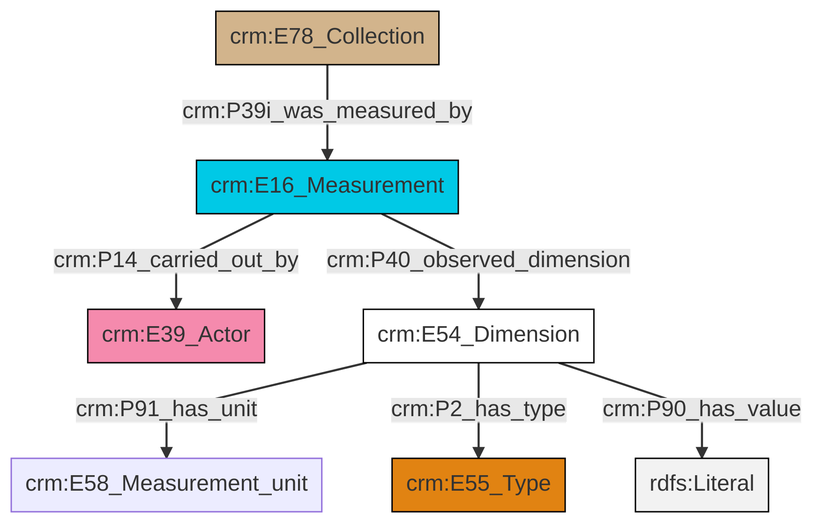
This is et/archivalCSV/ttl/mmd/png/archival_substance.png from swiss-art-research-net/docs.swissartresearch, a Mermaid export, as it was before one commit. Its source is kept beside it as et/archivalCSV/ttl/mmd/archival_substance.ttl.mmd.
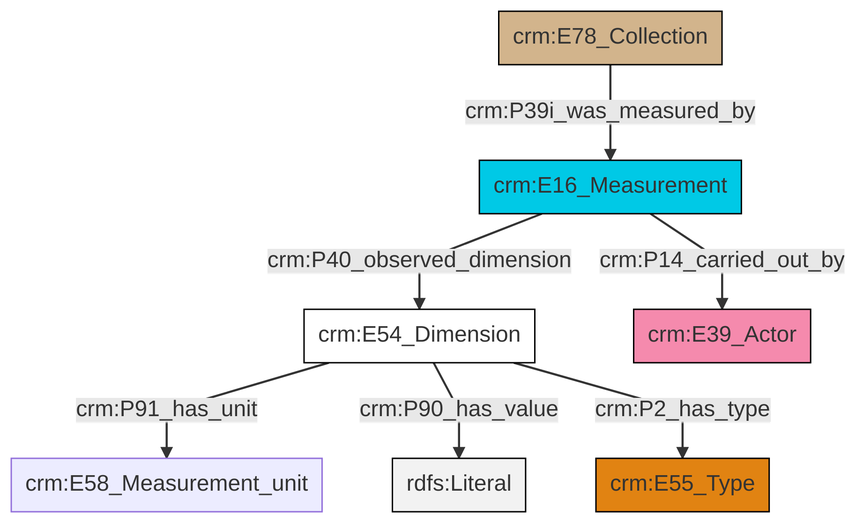
The same diagram one commit later.

Change to the diagram source:
```diff
@@ -13,9 +13,9 @@
 classDef PC_Classes fill:#4ce600, stroke:#000000;
 classDef Multi fill:#cccccc,stroke:#000000;
 
-2["crm:E16_Measurement"]:::Temporal_Entity -->|crm:P14_carried_out_by| 4["crm:E39_Actor"]:::Actor
-5["crm:E54_Dimension"]:::CRM_Entity -->|crm:P91_has_unit| 6["crm:E58_Measurement_unit"]:::Default
-0["crm:E78_Collection"]:::Physical_Thing -->|crm:P39i_was_measured_by| 2["crm:E16_Measurement"]:::Temporal_Entity
-5["crm:E54_Dimension"]:::CRM_Entity -->|crm:P2_has_type| 9["crm:E55_Type"]:::Type
-5["crm:E54_Dimension"]:::CRM_Entity -->|crm:P90_has_value| 11[rdfs:Literal]:::Literal
-2["crm:E16_Measurement"]:::Temporal_Entity -->|crm:P40_observed_dimension| 5["crm:E54_Dimension"]:::CRM_Entity
+0["crm:E78_Collection"]:::Physical_Thing -->|crm:P39i_was_measured_by| 1["crm:E16_Measurement"]:::Temporal_Entity
+2["crm:E54_Dimension"]:::CRM_Entity -->|crm:P91_has_unit| 3["crm:E58_Measurement_unit"]:::Default
+1["crm:E16_Measurement"]:::Temporal_Entity -->|crm:P40_observed_dimension| 2["crm:E54_Dimension"]:::CRM_Entity
+2["crm:E54_Dimension"]:::CRM_Entity -->|crm:P90_has_value| 10[rdfs:Literal]:::Literal
+1["crm:E16_Measurement"]:::Temporal_Entity -->|crm:P14_carried_out_by| 8["crm:E39_Actor"]:::Actor
+2["crm:E54_Dimension"]:::CRM_Entity -->|crm:P2_has_type| 4["crm:E55_Type"]:::Type
```
